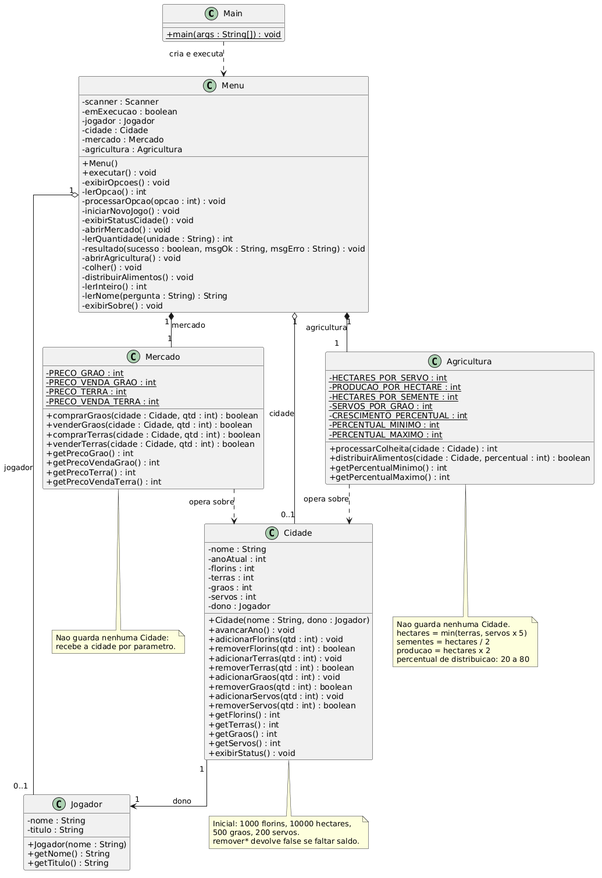
JeanCFreitas/projeto-bolonha-e-milano-SPOTDES keeps this PlantUML diagram as src/bolonhaemilano/uml/plantuml-diagram.png. Above is the earlier version. Its diagram source:
```plantuml
@startuml
skinparam classAttributeIconSize 0
skinparam linetype ortho

class Main {
  + {static} main(args : String[]) : void
}

class Menu {
  - scanner : Scanner
  - emExecucao : boolean
  - jogador : Jogador
  - cidade : Cidade
  - mercado : Mercado
  - agricultura : Agricultura
  + Menu()
  + executar() : void
  - exibirOpcoes() : void
  - lerOpcao() : int
  - processarOpcao(opcao : int) : void
  - iniciarNovoJogo() : void
  - exibirStatusCidade() : void
  - abrirMercado() : void
  - lerQuantidade(unidade : String) : int
  - resultado(sucesso : boolean, msgOk : String, msgErro : String) : void
  - abrirAgricultura() : void
  - colher() : void
  - distribuirAlimentos() : void
  - lerInteiro() : int
  - lerNome(pergunta : String) : String
  - exibirSobre() : void
}

class Jogador {
  - nome : String
  - titulo : String
  + Jogador(nome : String)
  + getNome() : String
  + getTitulo() : String
}

class Cidade {
  - nome : String
  - anoAtual : int
  - florins : int
  - terras : int
  - graos : int
  - servos : int
  - dono : Jogador
  + Cidade(nome : String, dono : Jogador)
  + avancarAno() : void
  + adicionarFlorins(qtd : int) : void
  + removerFlorins(qtd : int) : boolean
  + adicionarTerras(qtd : int) : void
  + removerTerras(qtd : int) : boolean
  + adicionarGraos(qtd : int) : void
  + removerGraos(qtd : int) : boolean
  + adicionarServos(qtd : int) : void
  + removerServos(qtd : int) : boolean
  + getFlorins() : int
  + getTerras() : int
  + getGraos() : int
  + getServos() : int
  + exibirStatus() : void
}

class Mercado {
  - {static} PRECO_GRAO : int
  - {static} PRECO_VENDA_GRAO : int
  - {static} PRECO_TERRA : int
  - {static} PRECO_VENDA_TERRA : int
  + comprarGraos(cidade : Cidade, qtd : int) : boolean
  + venderGraos(cidade : Cidade, qtd : int) : boolean
  + comprarTerras(cidade : Cidade, qtd : int) : boolean
  + venderTerras(cidade : Cidade, qtd : int) : boolean
  + getPrecoGrao() : int
  + getPrecoVendaGrao() : int
  + getPrecoTerra() : int
  + getPrecoVendaTerra() : int
}

class Agricultura {
  - {static} HECTARES_POR_SERVO : int
  - {static} PRODUCAO_POR_HECTARE : int
  - {static} HECTARES_POR_SEMENTE : int
  - {static} SERVOS_POR_GRAO : int
  - {static} CRESCIMENTO_PERCENTUAL : int
  - {static} PERCENTUAL_MINIMO : int
  - {static} PERCENTUAL_MAXIMO : int
  + processarColheita(cidade : Cidade) : int
  + distribuirAlimentos(cidade : Cidade, percentual : int) : boolean
  + getPercentualMinimo() : int
  + getPercentualMaximo() : int
}

Main ..> Menu : cria e executa
Menu "1" o-- "0..1" Jogador : jogador
Menu "1" o-- "0..1" Cidade : cidade
Menu "1" *-- "1" Mercado : mercado
Menu "1" *-- "1" Agricultura : agricultura
Cidade "1" --> "1" Jogador : dono
Mercado ..> Cidade : opera sobre
Agricultura ..> Cidade : opera sobre

note bottom of Mercado
  Nao guarda nenhuma Cidade:
  recebe a cidade por parametro.
end note

note bottom of Agricultura
  Nao guarda nenhuma Cidade.
  hectares = min(terras, servos x 5)
  sementes = hectares / 2
  producao = hectares x 2
  percentual de distribuicao: 20 a 80
end note

note bottom of Cidade
  Inicial: 1000 florins, 10000 hectares,
  500 graos, 200 servos.
  remover* devolve false se faltar saldo.
end note
@enduml
```
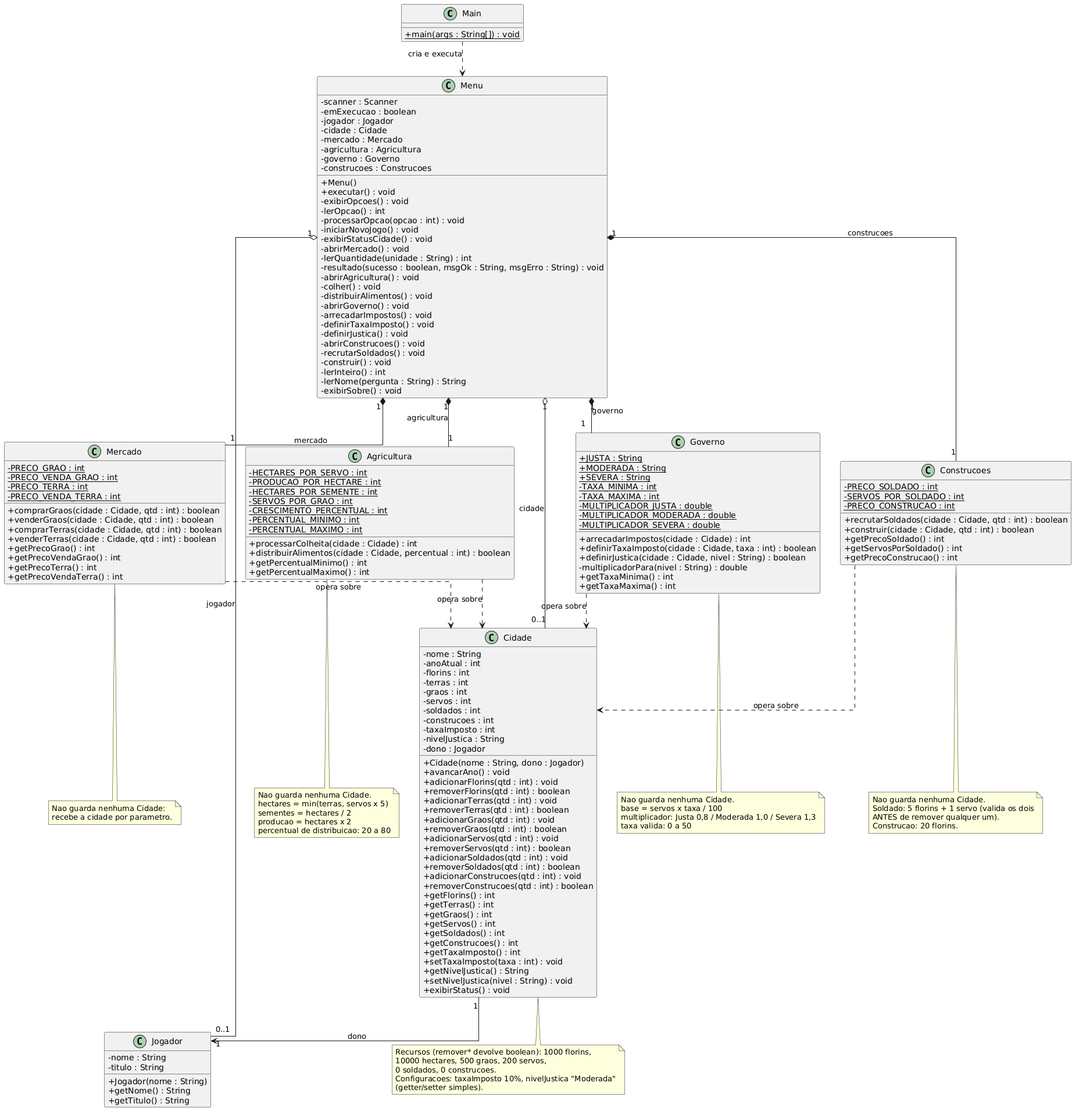
Later version of the same file.

Diff of the diagram source:
```diff
@@ -13,6 +13,8 @@
   - cidade : Cidade
   - mercado : Mercado
   - agricultura : Agricultura
+  - governo : Governo
+  - construcoes : Construcoes
   + Menu()
   + executar() : void
   - exibirOpcoes() : void
@@ -26,6 +28,13 @@
   - abrirAgricultura() : void
   - colher() : void
   - distribuirAlimentos() : void
+  - abrirGoverno() : void
+  - arrecadarImpostos() : void
+  - definirTaxaImposto() : void
+  - definirJustica() : void
+  - abrirConstrucoes() : void
+  - recrutarSoldados() : void
+  - construir() : void
   - lerInteiro() : int
   - lerNome(pergunta : String) : String
   - exibirSobre() : void
@@ -46,6 +55,10 @@
   - terras : int
   - graos : int
   - servos : int
+  - soldados : int
+  - construcoes : int
+  - taxaImposto : int
+  - nivelJustica : String
   - dono : Jogador
   + Cidade(nome : String, dono : Jogador)
   + avancarAno() : void
@@ -57,10 +70,20 @@
   + removerGraos(qtd : int) : boolean
   + adicionarServos(qtd : int) : void
   + removerServos(qtd : int) : boolean
+  + adicionarSoldados(qtd : int) : void
+  + removerSoldados(qtd : int) : boolean
+  + adicionarConstrucoes(qtd : int) : void
+  + removerConstrucoes(qtd : int) : boolean
   + getFlorins() : int
   + getTerras() : int
   + getGraos() : int
   + getServos() : int
+  + getSoldados() : int
+  + getConstrucoes() : int
+  + getTaxaImposto() : int
+  + setTaxaImposto(taxa : int) : void
+  + getNivelJustica() : String
+  + setNivelJustica(nivel : String) : void
   + exibirStatus() : void
 }
 
@@ -93,14 +116,46 @@
   + getPercentualMaximo() : int
 }
 
+class Governo {
+  + {static} JUSTA : String
+  + {static} MODERADA : String
+  + {static} SEVERA : String
+  - {static} TAXA_MINIMA : int
+  - {static} TAXA_MAXIMA : int
+  - {static} MULTIPLICADOR_JUSTA : double
+  - {static} MULTIPLICADOR_MODERADA : double
+  - {static} MULTIPLICADOR_SEVERA : double
+  + arrecadarImpostos(cidade : Cidade) : int
+  + definirTaxaImposto(cidade : Cidade, taxa : int) : boolean
+  + definirJustica(cidade : Cidade, nivel : String) : boolean
+  - multiplicadorPara(nivel : String) : double
+  + getTaxaMinima() : int
+  + getTaxaMaxima() : int
+}
+
+class Construcoes {
+  - {static} PRECO_SOLDADO : int
+  - {static} SERVOS_POR_SOLDADO : int
+  - {static} PRECO_CONSTRUCAO : int
+  + recrutarSoldados(cidade : Cidade, qtd : int) : boolean
+  + construir(cidade : Cidade, qtd : int) : boolean
+  + getPrecoSoldado() : int
+  + getServosPorSoldado() : int
+  + getPrecoConstrucao() : int
+}
+
 Main ..> Menu : cria e executa
 Menu "1" o-- "0..1" Jogador : jogador
 Menu "1" o-- "0..1" Cidade : cidade
 Menu "1" *-- "1" Mercado : mercado
 Menu "1" *-- "1" Agricultura : agricultura
+Menu "1" *-- "1" Governo : governo
+Menu "1" *-- "1" Construcoes : construcoes
 Cidade "1" --> "1" Jogador : dono
 Mercado ..> Cidade : opera sobre
 Agricultura ..> Cidade : opera sobre
+Governo ..> Cidade : opera sobre
+Construcoes ..> Cidade : opera sobre
 
 note bottom of Mercado
   Nao guarda nenhuma Cidade:
@@ -115,9 +170,25 @@
   percentual de distribuicao: 20 a 80
 end note
 
+note bottom of Governo
+  Nao guarda nenhuma Cidade.
+  base = servos x taxa / 100
+  multiplicador: Justa 0,8 / Moderada 1,0 / Severa 1,3
+  taxa valida: 0 a 50
+end note
+
+note bottom of Construcoes
+  Nao guarda nenhuma Cidade.
+  Soldado: 5 florins + 1 servo (valida os dois
+  ANTES de remover qualquer um).
+  Construcao: 20 florins.
+end note
+
 note bottom of Cidade
-  Inicial: 1000 florins, 10000 hectares,
-  500 graos, 200 servos.
-  remover* devolve false se faltar saldo.
+  Recursos (remover* devolve boolean): 1000 florins,
+  10000 hectares, 500 graos, 200 servos,
+  0 soldados, 0 construcoes.
+  Configuracoes: taxaImposto 10%, nivelJustica "Moderada"
+  (getter/setter simples).
 end note
 @enduml
```
